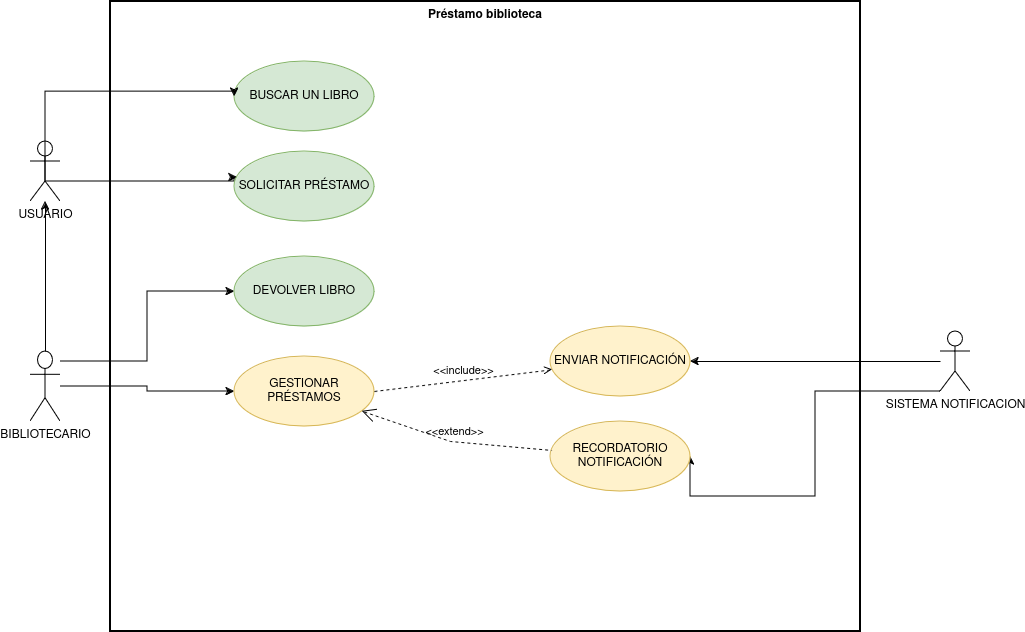
Earlier version of the draw.io export Diagrama sin título.drawio copy.png (Cdiagal/io-dig). Source tidied: cells renumbered, new cells last; positions are measured from the earlier drawing's top-left corner, leaving out a move shared by most shapes.
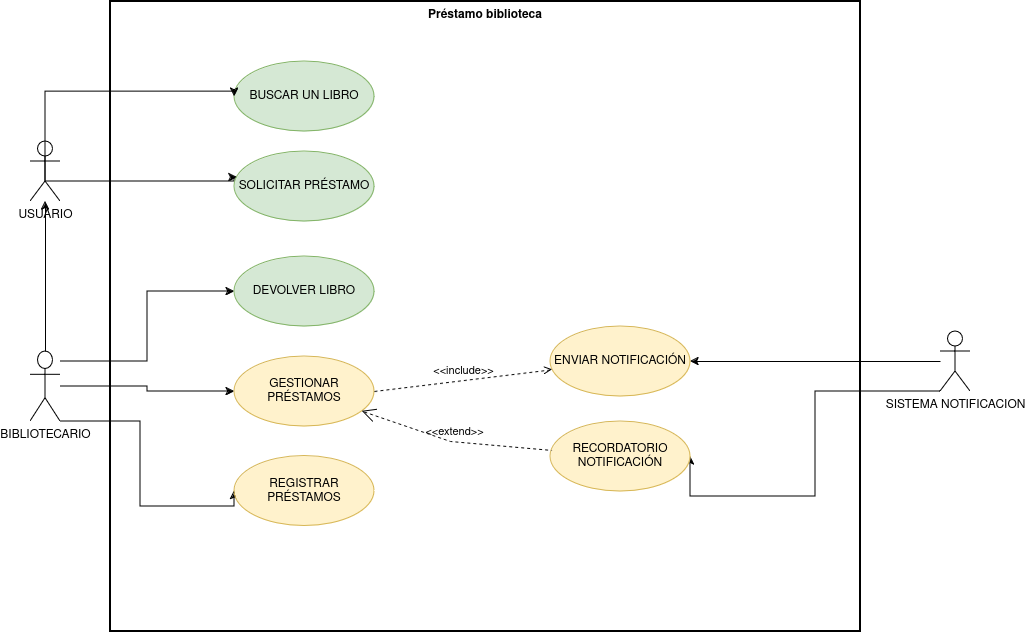
The same file after the commit.

What changed in the source:
```diff
@@ -85,5 +85,16 @@
     <mxCell id="20" value="DEVOLVER LIBRO" style="ellipse;whiteSpace=wrap;html=1;fillColor=#d5e8d4;strokeColor=#82b366;" parent="1" vertex="1">
       <mxGeometry x="204" y="255" width="140" height="70" as="geometry" />
     </mxCell>
+    <mxCell id="21" style="edgeStyle=orthogonalEdgeStyle;rounded=0;jettySize=auto;html=1;exitX=1;exitY=1;exitDx=0;exitDy=0;exitPerimeter=0;entryX=0;entryY=0.5;entryDx=0;entryDy=0;" parent="1" edge="1" source="8" target="22">
+      <mxGeometry relative="1" as="geometry">
+        <Array as="points">
+          <mxPoint x="110" y="420" />
+          <mxPoint x="110" y="505" />
+        </Array>
+      </mxGeometry>
+    </mxCell>
+    <mxCell id="22" value="REGISTRAR PRÉSTAMOS" style="ellipse;whiteSpace=wrap;html=1;fillColor=#fff2cc;strokeColor=#d6b656;" parent="1" vertex="1">
+      <mxGeometry x="204" y="454.5" width="140" height="70" as="geometry" />
+    </mxCell>
   </root>
 </mxGraphModel>
```
